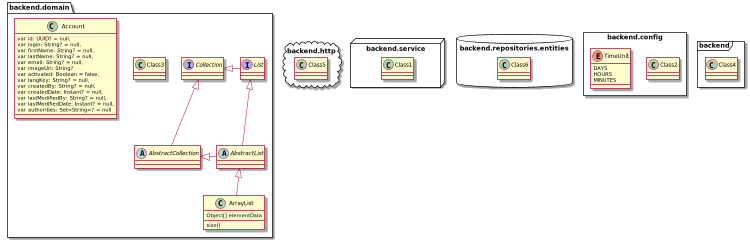
Above: images/Domain_class.png in artisan-logiciel/section (PlantUML), before the change.
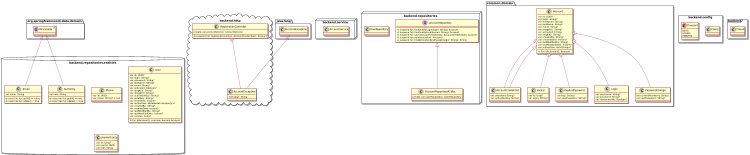
The same file after the commit.

Commit message:
:monolith: add mockk to dependencies.

The edit, as a diff of the source:
```diff
@@ -1,64 +1,159 @@
 @startuml
 scale 750 width
 
-package backend.domain <<Folder>> {
-  class Class3
-  abstract class AbstractList
-  abstract AbstractCollection
-  interface List
-  interface Collection
+package backend.http <<Cloud>> {
 
-  List <|-- AbstractList
-  Collection <|-- AbstractCollection
-
-  Collection <|- List
-  AbstractCollection <|- AbstractList
-  AbstractList <|-- ArrayList
-
-  class ArrayList {
-  Object[] elementData
-  size()
+  class RegistrationController{
+    private val accountService: AccountService
+    + suspend fun registerAccount(ac: AccountCredentials): Account
   }
 
+  class AccountException{
+    message: String
+  }
+
+  RegistrationController +-- AccountException
+  java.lang.RuntimeException <|-- AccountException
+}
+
+package backend.service <<Node>> {
+  class AccountService
+}
+
+package backend.repositories <<Node>>{
+  interface AccountRepository{
+    + suspend fun findOneByLogin(login: String): Account
+    + suspend fun findOneByEmail(email: String): Account
+    + suspend fun save(accountCredentials: AccountCredentials): Account
+    + suspend fun delete(account: Account)
+    + suspend fun findActivationKeyByLogin(login: String): String
+  }
+
+  class AccountRepositoryR2dbc{
+      private val userRepository: UserRepository
+  }
+  AccountRepository <|-- AccountRepositoryR2dbc
+
+  class UserRepository
+}
+
+package common.domain <<Folder>> {
+
   class Account{
-    var id: UUID? = null,
-    var login: String? = null,
-    var firstName: String? = null,
-    var lastName: String? = null,
-    var email: String? = null,
+    var id: UUID?
+    var login: String?
+    var firstName: String?
+    var lastName: String?
+    var email: String?
     var imageUrl: String?
-    var activated: Boolean = false,
-    var langKey: String? = null,
-    var createdBy: String? = null,
-    var createdDate: Instant? = null,
-    var lastModifiedBy: String? = null,
-    var lastModifiedDate: Instant? = null,
-    var authorities: Set<String>? = null
+    var activated = false
+    var langKey: String?
+    var createdBy: String?
+    var createdDate: Instant?
+    var lastModifiedBy: String?
+    var lastModifiedDate: Instant?
+    var authorities: Set<String>?
+    + fun isActivated(): Boolean
+  }
+
+  class AccountCredential{
+    var password:String?
+    var activationKey:String?
+  }
+
+  class Avatar{
+    var id: UUID?
+    var login: String?
+  }
+
+  class KeyAndPassword{
+    val key: String?
+    val newPassword: String?
+  }
+
+  class Login{
+   val username: String?
+   val password: String?
+   val rememberMe: Boolean?
+  }
+
+  class PasswordChange{
+   val currentPassword: String?
+   val newPassword: String?
+  }
+
+  Account +-- AccountCredential
+  Account +-- Avatar
+  Account +-- KeyAndPassword
+  Account +-- Login
+  Account +-- PasswordChange
+
+  Account <|-- AccountCredential
+
+}
+
+package backend.repositories.entities <<Database>> {
+
+  interface org.springframework.data.domain.Persistable<ID>
+
+  class Authority{
+    val role: String
+    + override fun getId() = role
+    + override fun isNew() = true
+  }
+
+  class Email{
+    val value: String
+    + override fun getId() = value
+    + override fun isNew() = true
+  }
+
+  org.springframework.data.domain.Persistable <|-- Authority
+  org.springframework.data.domain.Persistable <|-- Email
+
+  class Phone{
+      var id: UUID?
+      var value: String? = null
+  }
+
+  class User{
+    var id: UUID?
+    var login: String?
+    var password: String?
+    var lastName: String?
+    var email: String?
+    var activated: Boolean?
+    var langKey: String?
+    var imageUrl: String?
+    var activationKey: String?
+    var resetKey: String?
+    var resetDate: Instant?
+    var authorities: MutableSet<Authority>?
+    var createdBy: String?
+    var createdDate: Instant?
+    var lastModifiedBy: String?
+    var lastModifiedDate: Instant?
+    var version: Long?
+    + fun toAccount(): common.domain.Account
+  }
+
+  class UserAuthority{
+      var id: Long?
+      val userId: UUID
+      val role: String
   }
 
 }
 
-package backend.http <<Cloud>> {
-  class Class5
-}
+package backend.config <<Rectangle>> {
 
-package backend.service <<Node>> {
-  class Class1
-}
+  class Class2
 
-package backend.repositories.entities <<Database>> {
-  class Class6
-  abstract class AbstractList
-}
-
-package backend.config <<Rectangle>> {
-  class Class2
   enum TimeUnit {
-  DAYS
-  HOURS
-  MINUTES
+    DAYS
+    HOURS
+    MINUTES
   }
-
 }
 
 package backend <<Frame>> {
```
